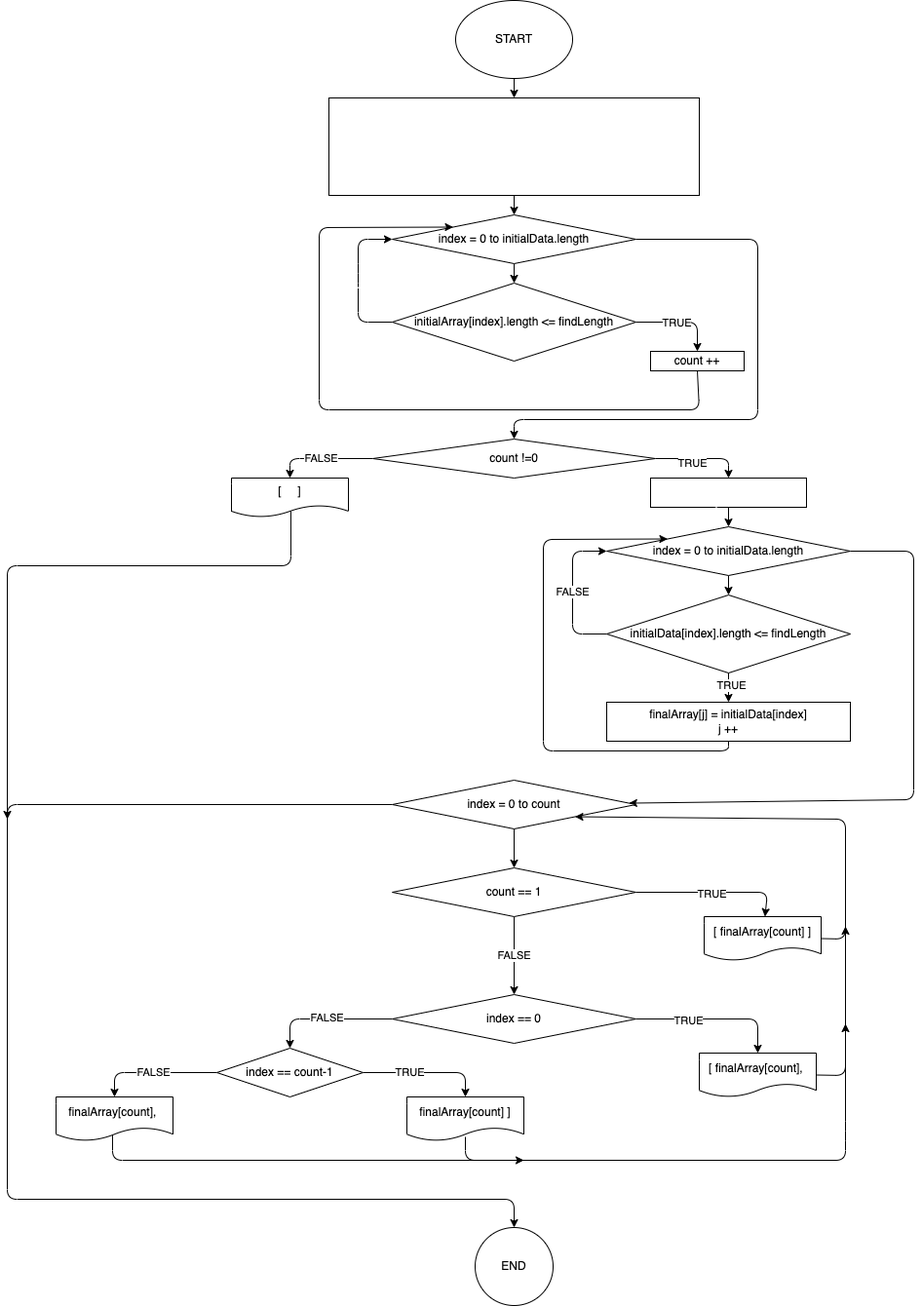
Moerushi/FINAL_PROJECT keeps this draw.io diagram as diagram.drawio.png. Above is the earlier version. Source tidied: cells renumbered, new cells last; positions are measured from the earlier drawing's top-left corner, leaving out a move shared by most shapes.
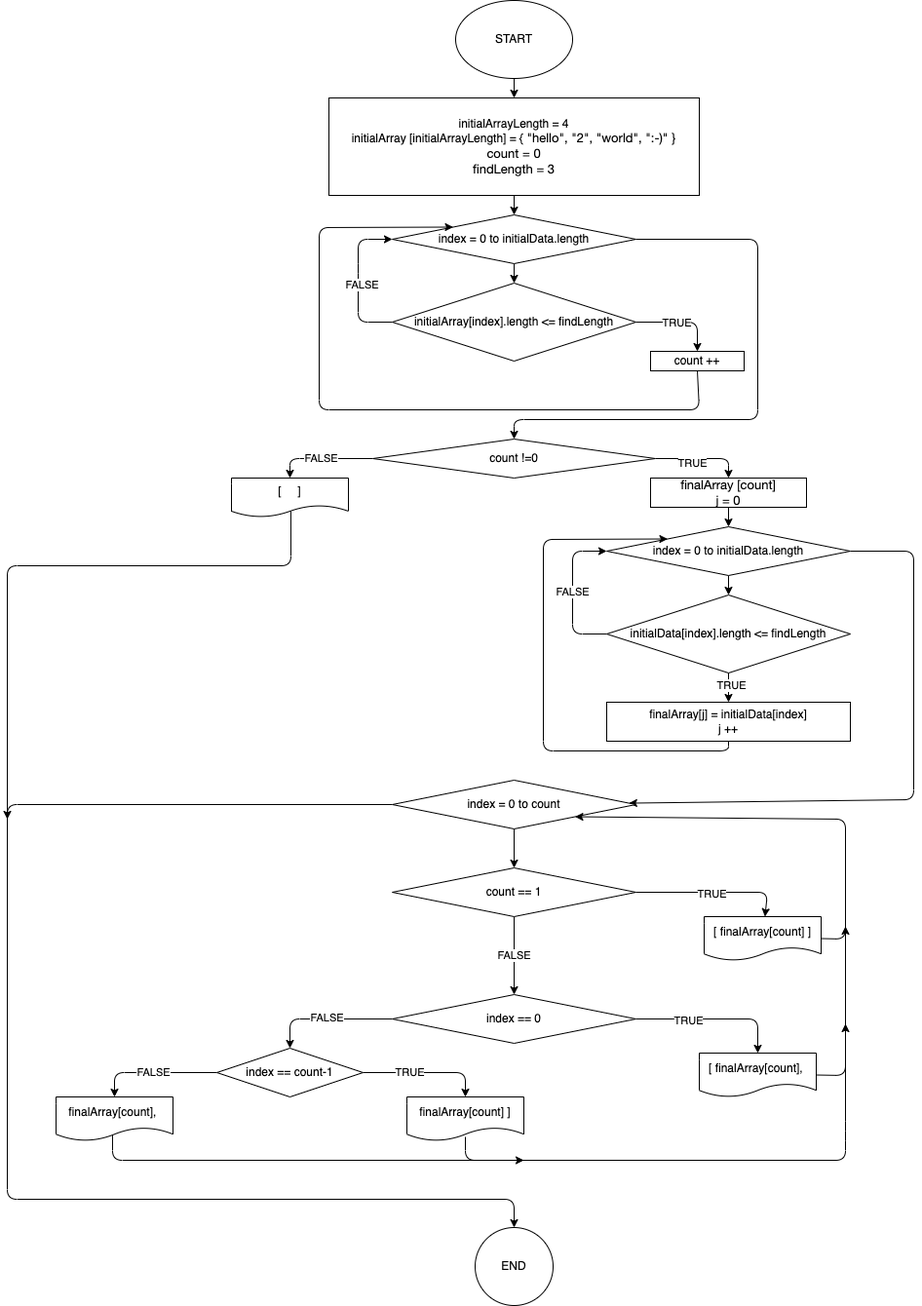
Later version of the same file.

Commit message:
Changed color of two blocks in diagram

The edit, as a diff of the source:
```diff
@@ -11,7 +11,7 @@
     <mxCell id="4" style="edgeStyle=none;html=1;exitX=0.5;exitY=1;exitDx=0;exitDy=0;entryX=0.5;entryY=0;entryDx=0;entryDy=0;" parent="1" edge="1" source="5" target="8">
       <mxGeometry relative="1" as="geometry" />
     </mxCell>
-    <mxCell id="5" value="&lt;font&gt;initialArrayLength = 4&lt;br&gt;initialArray [initialArrayLength] = {&amp;nbsp;&lt;span style=&quot;font-family: &amp;quot;Helvetica Neue&amp;quot;; font-size: 13px; text-align: start; background-color: initial;&quot;&gt;&quot;hello&quot;, &quot;2&quot;, &quot;world&quot;, &quot;:-)&quot; }&lt;br&gt;count = 0&lt;/span&gt;&lt;/font&gt;&lt;font&gt;&lt;span style=&quot;font-family: &amp;quot;Helvetica Neue&amp;quot;; font-size: 13px; text-align: start; background-color: initial;&quot;&gt;&lt;br&gt;findLength = 3&lt;br&gt;&lt;/span&gt;&lt;/font&gt;" style="whiteSpace=wrap;html=1;fontColor=#FFFFFF;fillColor=none;" parent="1" vertex="1">
+    <mxCell id="5" value="&lt;font&gt;initialArrayLength = 4&lt;br&gt;initialArray [initialArrayLength] = {&amp;nbsp;&lt;span style=&quot;font-family: &amp;quot;Helvetica Neue&amp;quot;; font-size: 13px; text-align: start; background-color: initial;&quot;&gt;&quot;hello&quot;, &quot;2&quot;, &quot;world&quot;, &quot;:-)&quot; }&lt;br&gt;count = 0&lt;/span&gt;&lt;/font&gt;&lt;font&gt;&lt;span style=&quot;font-family: &amp;quot;Helvetica Neue&amp;quot;; font-size: 13px; text-align: start; background-color: initial;&quot;&gt;&lt;br&gt;findLength = 3&lt;br&gt;&lt;/span&gt;&lt;/font&gt;" style="whiteSpace=wrap;html=1;fontColor=#000000;fillColor=#FFFFFF;" parent="1" vertex="1">
       <mxGeometry x="330" y="100" width="380" height="100" as="geometry" />
     </mxCell>
     <mxCell id="6" style="edgeStyle=none;html=1;fontColor=#FFFFFF;" parent="1" edge="1" source="8" target="13">
@@ -38,7 +38,7 @@
         </Array>
       </mxGeometry>
     </mxCell>
-    <mxCell id="10" value="FALSE" style="edgeLabel;html=1;align=center;verticalAlign=middle;fontColor=#FFFFFF;labelBackgroundColor=none;" parent="9" vertex="1">
+    <mxCell id="10" value="FALSE" style="edgeLabel;html=1;align=center;verticalAlign=middle;fontColor=#000000;labelBackgroundColor=#FFFFFF;" parent="9" vertex="1">
       <mxGeometry x="-0.05" y="-3" relative="1" as="geometry" />
     </mxCell>
     <mxCell id="11" style="edgeStyle=none;html=1;exitX=1;exitY=0.5;exitDx=0;exitDy=0;entryX=0.5;entryY=0;entryDx=0;entryDy=0;" parent="1" edge="1" source="13" target="15">
@@ -69,7 +69,7 @@
     <mxCell id="16" style="edgeStyle=none;html=1;exitX=0.5;exitY=1;exitDx=0;exitDy=0;entryX=0.5;entryY=0;entryDx=0;entryDy=0;" parent="1" edge="1" source="17" target="26">
       <mxGeometry relative="1" as="geometry" />
     </mxCell>
-    <mxCell id="17" value="&lt;font&gt;&lt;span style=&quot;font-family: &amp;quot;Helvetica Neue&amp;quot;; font-size: 13px; text-align: start; background-color: initial;&quot;&gt;finalArray [&lt;/span&gt;&lt;/font&gt;&lt;span style=&quot;font-family: &amp;quot;Helvetica Neue&amp;quot;; font-size: 13px; text-align: start;&quot;&gt;count]&lt;br&gt;j = 0&lt;br&gt;&lt;/span&gt;" style="whiteSpace=wrap;html=1;fillColor=none;fontColor=#FFFFFF;" parent="1" vertex="1">
+    <mxCell id="17" value="&lt;font&gt;&lt;span style=&quot;font-family: &amp;quot;Helvetica Neue&amp;quot;; font-size: 13px; text-align: start; background-color: initial;&quot;&gt;finalArray [&lt;/span&gt;&lt;/font&gt;&lt;span style=&quot;font-family: &amp;quot;Helvetica Neue&amp;quot;; font-size: 13px; text-align: start;&quot;&gt;count]&lt;br&gt;j = 0&lt;br&gt;&lt;/span&gt;" style="whiteSpace=wrap;html=1;fillColor=#FFFFFF;fontColor=#000000;" parent="1" vertex="1">
       <mxGeometry x="660" y="490" width="160" height="30" as="geometry" />
     </mxCell>
     <mxCell id="18" style="edgeStyle=none;html=1;exitX=1;exitY=0.5;exitDx=0;exitDy=0;entryX=0.5;entryY=0;entryDx=0;entryDy=0;" parent="1" edge="1" source="21" target="17">
```
